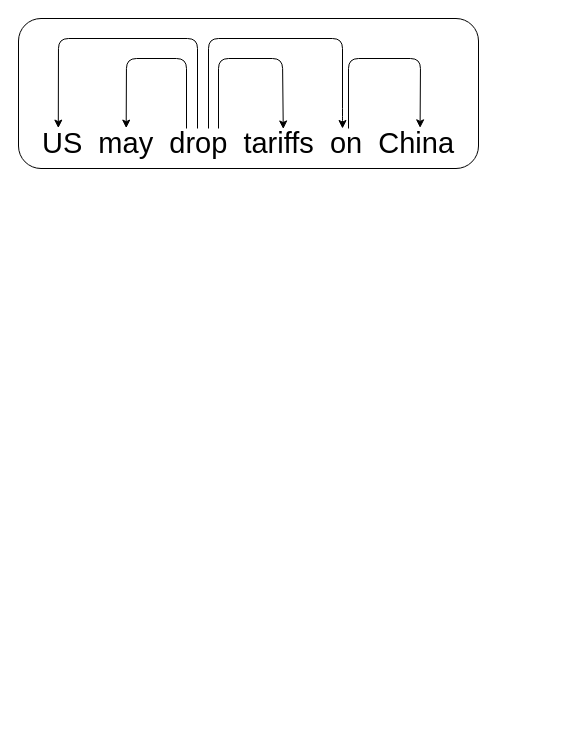
Before: Untitled Diagram.drawio in DavidChengweiLiu/EKSGN, a draw.io diagram. Source tidied: cells renumbered, new cells numbered last; positions are measured from the earlier drawing's top-left corner, leaving out a move shared by most shapes. Both pictures are drawn from the tidied source at 100%, with x=0, y=0 at pixel (18, 18).
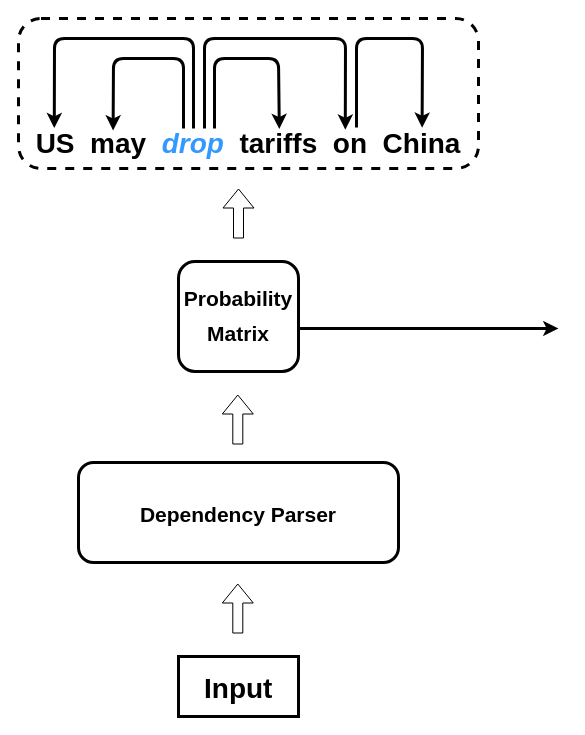
After the change.

Change to the diagram source:
```diff
@@
-    <mxCell id="2" style="rounded=1;whiteSpace=wrap;html=1;" parent="1" vertex="1">
+    <mxCell id="2" style="rounded=1;whiteSpace=wrap;html=1;dashed=1;strokeWidth=3;" parent="1" vertex="1">
       <mxGeometry width="460" height="150" as="geometry" />
     </mxCell>
-    <mxCell id="3" value="US&amp;nbsp; may&amp;nbsp; drop&amp;nbsp; tariffs&amp;nbsp; on&amp;nbsp; China" style="text;html=1;strokeColor=none;fillColor=none;align=center;verticalAlign=middle;whiteSpace=wrap;rounded=0;fontSize=29;" parent="1" vertex="1">
+    <mxCell id="3" value="&lt;b style=&quot;font-size: 28px;&quot;&gt;US&amp;nbsp; may&amp;nbsp; &lt;i&gt;&lt;font style=&quot;font-size: 28px;&quot; color=&quot;#3399ff&quot;&gt;drop&lt;/font&gt;&lt;/i&gt;&amp;nbsp; tariffs&amp;nbsp; on&amp;nbsp; China&lt;/b&gt;" style="text;html=1;strokeColor=none;fillColor=none;align=center;verticalAlign=middle;whiteSpace=wrap;rounded=0;fontSize=29;" parent="1" vertex="1">
       <mxGeometry x="10" y="110" width="440" height="30" as="geometry" />
     </mxCell>
-    <mxCell id="4" style="endArrow=classic;html=1;rounded=1;fontSize=29;entryX=0.07;entryY=-0.013;entryDx=0;entryDy=0;entryPerimeter=0;" parent="1" edge="1">
+    <mxCell id="4" style="endArrow=classic;html=1;rounded=1;fontSize=29;entryX=0.07;entryY=-0.013;entryDx=0;entryDy=0;entryPerimeter=0;strokeWidth=3;" parent="1" edge="1">
       <mxGeometry relative="1" as="geometry">
-        <mxPoint x="179" y="110" as="sourcePoint" />
-        <mxPoint x="39.8" y="109.6" as="targetPoint" />
+        <mxPoint x="175" y="110" as="sourcePoint" />
+        <mxPoint x="35.8" y="109.6" as="targetPoint" />
         <Array as="points">
-          <mxPoint x="179" y="20" />
-          <mxPoint x="40" y="20" />
+          <mxPoint x="175" y="20" />
+          <mxPoint x="36" y="20" />
         </Array>
       </mxGeometry>
     </mxCell>
-    <mxCell id="5" style="endArrow=classic;html=1;rounded=1;fontSize=29;entryX=0.222;entryY=-0.013;entryDx=0;entryDy=0;entryPerimeter=0;" parent="1" edge="1" target="3">
+    <mxCell id="5" style="endArrow=classic;html=1;rounded=1;fontSize=29;entryX=0.199;entryY=0.067;entryDx=0;entryDy=0;entryPerimeter=0;strokeWidth=3;" parent="1" edge="1">
       <mxGeometry relative="1" as="geometry">
-        <mxPoint x="168" y="110" as="sourcePoint" />
+        <mxPoint x="165" y="110" as="sourcePoint" />
+        <mxPoint x="94.6" y="112" as="targetPoint" />
         <Array as="points">
-          <mxPoint x="168" y="40" />
-          <mxPoint x="108" y="40" />
+          <mxPoint x="165" y="40" />
+          <mxPoint x="95" y="40" />
         </Array>
       </mxGeometry>
     </mxCell>
-    <mxCell id="6" style="endArrow=classic;html=1;rounded=1;fontSize=29;" parent="1" edge="1">
+    <mxCell id="6" style="endArrow=classic;html=1;rounded=1;fontSize=29;entryX=0.72;entryY=0.04;entryDx=0;entryDy=0;entryPerimeter=0;strokeWidth=3;" parent="1" edge="1" target="3">
       <mxGeometry relative="1" as="geometry">
-        <mxPoint x="190" y="110" as="sourcePoint" />
-        <mxPoint x="324" y="110" as="targetPoint" />
+        <mxPoint x="186" y="110" as="sourcePoint" />
         <Array as="points">
-          <mxPoint x="190" y="20" />
-          <mxPoint x="324" y="20" />
-          <mxPoint x="324" y="100" />
+          <mxPoint x="186" y="20" />
+          <mxPoint x="327" y="20" />
         </Array>
       </mxGeometry>
     </mxCell>
-    <mxCell id="7" style="endArrow=classic;html=1;rounded=1;fontSize=29;entryX=0.579;entryY=0.016;entryDx=0;entryDy=0;entryPerimeter=0;" parent="1" edge="1" target="3">
+    <mxCell id="7" style="endArrow=classic;html=1;rounded=1;fontSize=29;entryX=0.579;entryY=0.016;entryDx=0;entryDy=0;entryPerimeter=0;strokeWidth=3;" parent="1" edge="1">
       <mxGeometry relative="1" as="geometry">
-        <mxPoint x="200" y="110" as="sourcePoint" />
+        <mxPoint x="196" y="110" as="sourcePoint" />
+        <mxPoint x="260.8" y="110.5" as="targetPoint" />
         <Array as="points">
-          <mxPoint x="200" y="40" />
-          <mxPoint x="264" y="40" />
+          <mxPoint x="196" y="40" />
+          <mxPoint x="260" y="40" />
         </Array>
       </mxGeometry>
     </mxCell>
-    <mxCell id="8" style="endArrow=classic;html=1;rounded=1;fontSize=29;entryX=0.89;entryY=-0.022;entryDx=0;entryDy=0;entryPerimeter=0;" parent="1" edge="1" target="3">
+    <mxCell id="8" style="endArrow=classic;html=1;rounded=1;fontSize=29;entryX=0.89;entryY=-0.022;entryDx=0;entryDy=0;entryPerimeter=0;strokeWidth=3;" parent="1" edge="1">
       <mxGeometry relative="1" as="geometry">
-        <mxPoint x="330" y="110" as="sourcePoint" />
+        <mxPoint x="338" y="109" as="sourcePoint" />
+        <mxPoint x="403.6" y="109.3" as="targetPoint" />
         <Array as="points">
-          <mxPoint x="330" y="40" />
-          <mxPoint x="402" y="40" />
+          <mxPoint x="338" y="20" />
+          <mxPoint x="404" y="20" />
         </Array>
       </mxGeometry>
     </mxCell>
+    <mxCell id="9" style="shape=flexArrow;endArrow=classic;html=1;rounded=1;fontSize=29;fontColor=#3399FF;" parent="1" edge="1">
+      <mxGeometry relative="1" as="geometry">
+        <mxPoint x="220" y="220" as="sourcePoint" />
+        <mxPoint x="220" y="170" as="targetPoint" />
+      </mxGeometry>
+    </mxCell>
+    <mxCell id="10" style="rounded=1;whiteSpace=wrap;html=1;fontSize=29;fontColor=#3399FF;strokeWidth=3;" parent="1" vertex="1">
+      <mxGeometry x="160" y="243" width="120" height="110" as="geometry" />
+    </mxCell>
+    <mxCell id="11" value="&lt;font size=&quot;1&quot; style=&quot;&quot; color=&quot;#000000&quot;&gt;&lt;b style=&quot;font-size: 21px;&quot;&gt;Probability Matrix&lt;/b&gt;&lt;/font&gt;" style="text;strokeColor=none;fillColor=none;align=center;verticalAlign=middle;spacingLeft=4;spacingRight=4;overflow=hidden;whiteSpace=wrap;html=1;fontSize=29;fontColor=#3399FF;strokeWidth=4;" parent="1" vertex="1">
+      <mxGeometry x="160" y="249" width="120" height="92" as="geometry" />
+    </mxCell>
+    <mxCell id="12" style="rounded=1;whiteSpace=wrap;html=1;fontSize=28;fontColor=#000000;strokeWidth=3;" parent="1" vertex="1">
+      <mxGeometry x="60" y="444" width="320" height="100" as="geometry" />
+    </mxCell>
+    <mxCell id="13" style="shape=flexArrow;endArrow=classic;html=1;rounded=1;fontSize=29;fontColor=#3399FF;" parent="1" edge="1">
+      <mxGeometry relative="1" as="geometry">
+        <mxPoint x="219.3" y="426" as="sourcePoint" />
+        <mxPoint x="219.3" y="376" as="targetPoint" />
+      </mxGeometry>
+    </mxCell>
+    <mxCell id="14" style="shape=flexArrow;endArrow=classic;html=1;rounded=1;fontSize=29;fontColor=#3399FF;" parent="1" edge="1">
+      <mxGeometry relative="1" as="geometry">
+        <mxPoint x="219.3" y="615" as="sourcePoint" />
+        <mxPoint x="219.3" y="565" as="targetPoint" />
+      </mxGeometry>
+    </mxCell>
+    <mxCell id="15" style="rounded=0;whiteSpace=wrap;html=1;fontSize=28;fontColor=#000000;strokeWidth=3;" parent="1" vertex="1">
+      <mxGeometry x="160" y="638" width="120" height="60" as="geometry" />
+    </mxCell>
+    <mxCell id="16" value="&lt;font size=&quot;1&quot; style=&quot;&quot; color=&quot;#000000&quot;&gt;&lt;b style=&quot;font-size: 21px;&quot;&gt;Dependency Parser&lt;/b&gt;&lt;/font&gt;" style="text;strokeColor=none;fillColor=none;align=center;verticalAlign=middle;spacingLeft=4;spacingRight=4;overflow=hidden;whiteSpace=wrap;html=1;fontSize=29;fontColor=#3399FF;" parent="1" vertex="1">
+      <mxGeometry x="110" y="444" width="220" height="100" as="geometry" />
+    </mxCell>
+    <mxCell id="17" value="&lt;b&gt;Input&lt;/b&gt;" style="text;strokeColor=none;fillColor=none;align=left;verticalAlign=middle;spacingLeft=4;spacingRight=4;overflow=hidden;whiteSpace=wrap;html=1;fontSize=28;fontColor=#000000;" parent="1" vertex="1">
+      <mxGeometry x="180" y="647" width="90" height="45" as="geometry" />
+    </mxCell>
+    <mxCell id="18" style="endArrow=classic;html=1;rounded=1;fontSize=28;fontColor=#000000;strokeWidth=3;" parent="1" edge="1">
+      <mxGeometry relative="1" as="geometry">
+        <mxPoint x="280" y="310" as="sourcePoint" />
+        <mxPoint x="540" y="310" as="targetPoint" />
+      </mxGeometry>
+    </mxCell>
```
